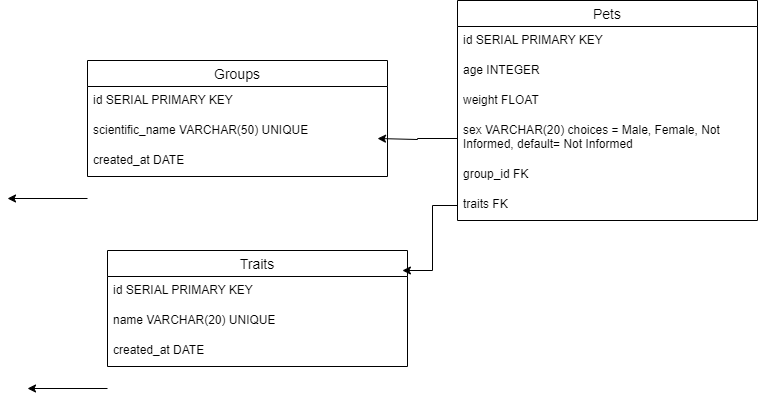
The draw.io diagram der.png in chss-china/m5-pet-kare-backend, before a commit. Source tidied: cells renumbered, new cells last; positions are measured from the earlier drawing's top-left corner, leaving out a move shared by most shapes.
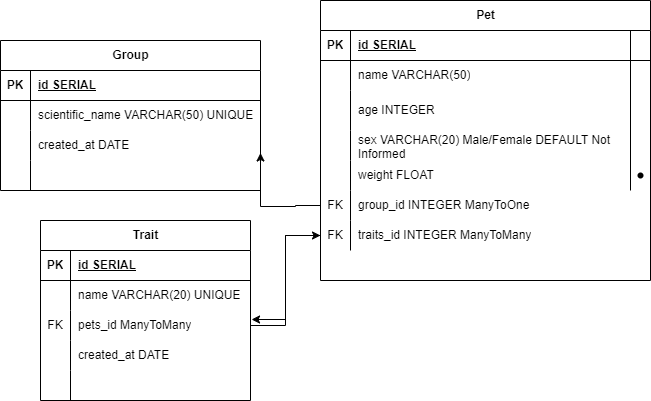
Later version of the same file.

Commit message:
arrumando o der

What changed in the source:
```diff
@@ -2,74 +2,176 @@
   <root>
     <mxCell id="0" />
     <mxCell id="1" parent="0" />
-    <mxCell id="2" value="Pets" style="swimlane;fontStyle=0;horizontal=1;startSize=26;align=center;fontSize=14;" parent="1" vertex="1">
-      <mxGeometry x="450" width="300" height="220" as="geometry" />
-    </mxCell>
-    <mxCell id="3" value="id SERIAL PRIMARY KEY" style="text;strokeColor=none;fillColor=none;spacingLeft=4;spacingRight=4;overflow=hidden;fontSize=12;whiteSpace=wrap;html=1;" parent="2" vertex="1">
-      <mxGeometry y="26" width="300" height="30" as="geometry" />
-    </mxCell>
+    <mxCell id="21" value="Pet" style="shape=table;startSize=30;rowLines=0;fontStyle=1;align=center;html=1;" parent="1" vertex="1">
+      <mxGeometry x="410" y="40" width="330" height="280" as="geometry" />
+    </mxCell>
+    <mxCell id="22" style="shape=tableRow;horizontal=0;startSize=0;swimlaneHead=0;swimlaneBody=0;fillColor=none;top=0;left=0;right=0;bottom=1;" parent="21" vertex="1">
+      <mxGeometry y="30" width="330" height="30" as="geometry" />
+    </mxCell>
+    <mxCell id="23" value="PK" style="shape=partialRectangle;fillColor=none;top=0;left=0;bottom=0;right=0;fontStyle=1;overflow=hidden;whiteSpace=wrap;html=1;" parent="22" vertex="1">
+      <mxGeometry width="30" height="30" as="geometry" />
+    </mxCell>
+    <mxCell id="24" value="id SERIAL" style="shape=partialRectangle;fillColor=none;top=0;left=0;bottom=0;right=0;align=left;spacingLeft=6;fontStyle=5;overflow=hidden;whiteSpace=wrap;html=1;" parent="22" vertex="1">
+      <mxGeometry x="30" width="300" height="30" as="geometry" />
+    </mxCell>
+    <mxCell id="25" style="shape=tableRow;horizontal=0;startSize=0;swimlaneHead=0;swimlaneBody=0;fillColor=none;top=0;left=0;right=0;bottom=0;" parent="21" vertex="1">
+      <mxGeometry y="60" width="330" height="30" as="geometry" />
+    </mxCell>
+    <mxCell id="26" style="shape=partialRectangle;fillColor=none;top=0;left=0;bottom=0;right=0;overflow=hidden;whiteSpace=wrap;html=1;" parent="25" vertex="1">
+      <mxGeometry width="30" height="30" as="geometry" />
+    </mxCell>
+    <mxCell id="27" value="name VARCHAR(50)" style="shape=partialRectangle;fillColor=none;top=0;left=0;bottom=0;right=0;align=left;spacingLeft=6;overflow=hidden;whiteSpace=wrap;html=1;" parent="25" vertex="1">
+      <mxGeometry x="30" width="300" height="30" as="geometry" />
+    </mxCell>
+    <mxCell id="28" style="shape=tableRow;horizontal=0;startSize=0;swimlaneHead=0;swimlaneBody=0;fillColor=none;top=0;left=0;right=0;bottom=0;" parent="21" vertex="1">
+      <mxGeometry y="90" width="330" height="40" as="geometry" />
+    </mxCell>
+    <mxCell id="29" style="shape=partialRectangle;fillColor=none;top=0;left=0;bottom=0;right=0;overflow=hidden;whiteSpace=wrap;html=1;" parent="28" vertex="1">
+      <mxGeometry width="30" height="40" as="geometry" />
+    </mxCell>
-    <mxCell id="4" value="age INTEGER" style="text;strokeColor=none;fillColor=none;spacingLeft=4;spacingRight=4;overflow=hidden;fontSize=12;whiteSpace=wrap;html=1;" parent="2" vertex="1">
-      <mxGeometry y="56" width="300" height="30" as="geometry" />
+    <mxCell id="4" value="age INTEGER" style="shape=partialRectangle;fillColor=none;top=0;left=0;bottom=0;right=0;align=left;spacingLeft=6;overflow=hidden;whiteSpace=wrap;html=1;" parent="28" vertex="1">
+      <mxGeometry x="30" width="300" height="40" as="geometry" />
     </mxCell>
+    <mxCell id="30" style="shape=tableRow;horizontal=0;startSize=0;swimlaneHead=0;swimlaneBody=0;fillColor=none;top=0;left=0;right=0;bottom=0;" parent="21" vertex="1">
+      <mxGeometry y="130" width="330" height="30" as="geometry" />
+    </mxCell>
+    <mxCell id="31" style="shape=partialRectangle;fillColor=none;top=0;left=0;bottom=0;right=0;overflow=hidden;whiteSpace=wrap;html=1;" parent="30" vertex="1">
+      <mxGeometry width="30" height="30" as="geometry" />
+    </mxCell>
+    <mxCell id="32" value="sex VARCHAR(20) Male/Female DEFAULT Not Informed" style="shape=partialRectangle;fillColor=none;top=0;left=0;bottom=0;right=0;align=left;spacingLeft=6;overflow=hidden;whiteSpace=wrap;html=1;" parent="30" vertex="1">
+      <mxGeometry x="30" width="300" height="30" as="geometry" />
+    </mxCell>
+    <mxCell id="33" style="shape=tableRow;horizontal=0;startSize=0;swimlaneHead=0;swimlaneBody=0;fillColor=none;top=0;left=0;right=0;bottom=0;" parent="21" vertex="1">
+      <mxGeometry y="160" width="330" height="30" as="geometry" />
+    </mxCell>
+    <mxCell id="34" style="shape=partialRectangle;fillColor=none;top=0;left=0;bottom=0;right=0;overflow=hidden;whiteSpace=wrap;html=1;" parent="33" vertex="1">
+      <mxGeometry width="30" height="30" as="geometry" />
+    </mxCell>
-    <mxCell id="5" value="weight FLOAT" style="text;strokeColor=none;fillColor=none;spacingLeft=4;spacingRight=4;overflow=hidden;fontSize=12;whiteSpace=wrap;html=1;" parent="2" vertex="1">
-      <mxGeometry y="86" width="300" height="30" as="geometry" />
+    <mxCell id="5" value="weight FLOAT" style="shape=partialRectangle;fillColor=none;top=0;left=0;bottom=0;right=0;align=left;spacingLeft=6;overflow=hidden;whiteSpace=wrap;html=1;" parent="33" vertex="1">
+      <mxGeometry x="30" width="280" height="30" as="geometry" />
     </mxCell>
-    <mxCell id="6" style="edgeStyle=orthogonalEdgeStyle;rounded=0;jettySize=auto;html=1;" parent="2" edge="1" source="7">
-      <mxGeometry relative="1" as="geometry">
-        <mxPoint x="-80" y="138" as="targetPoint" />
-        <Array as="points">
-          <mxPoint x="-40" y="138" />
-          <mxPoint x="-40" y="139" />
-        </Array>
-      </mxGeometry>
-    </mxCell>
-    <mxCell id="7" value="sex VARCHAR(20) choices = Male, Female, Not Informed, default= Not Informed" style="text;strokeColor=none;fillColor=none;spacingLeft=4;spacingRight=4;overflow=hidden;points=[[0,0.5],[1,0.5]];portConstraint=eastwest;fontSize=12;whiteSpace=wrap;html=1;" parent="2" vertex="1">
-      <mxGeometry y="116" width="300" height="44" as="geometry" />
-    </mxCell>
-    <mxCell id="8" value="group_id FK&amp;nbsp;" style="text;strokeColor=none;fillColor=none;spacingLeft=4;spacingRight=4;overflow=hidden;fontSize=12;whiteSpace=wrap;html=1;" parent="2" vertex="1">
-      <mxGeometry y="160" width="300" height="30" as="geometry" />
-    </mxCell>
-    <mxCell id="9" value="traits FK" style="text;strokeColor=none;fillColor=none;spacingLeft=4;spacingRight=4;overflow=hidden;points=[[0,0.5],[1,0.5]];portConstraint=eastwest;fontSize=12;whiteSpace=wrap;html=1;" parent="2" vertex="1">
-      <mxGeometry y="190" width="300" height="30" as="geometry" />
-    </mxCell>
-    <mxCell id="10" value="Groups" style="swimlane;fontStyle=0;horizontal=1;startSize=26;align=center;fontSize=14;" parent="1" vertex="1">
-      <mxGeometry x="80" y="60" width="300" height="116" as="geometry" />
-    </mxCell>
-    <mxCell id="11" value="id SERIAL PRIMARY KEY" style="text;strokeColor=none;fillColor=none;spacingLeft=4;spacingRight=4;overflow=hidden;fontSize=12;whiteSpace=wrap;html=1;" parent="10" vertex="1">
-      <mxGeometry y="26" width="300" height="30" as="geometry" />
-    </mxCell>
+    <mxCell id="35" style="shape=waypoint;sketch=0;size=6;fillColor=default;perimeter=centerPerimeter;startSize=30;fontStyle=1;" parent="33" vertex="1">
+      <mxGeometry x="310" width="20" height="30" as="geometry" />
+    </mxCell>
+    <mxCell id="36" style="shape=tableRow;horizontal=0;startSize=0;swimlaneHead=0;swimlaneBody=0;fillColor=none;points=[[0,0.5],[1,0.5]];portConstraint=eastwest;top=0;left=0;right=0;bottom=0;" parent="21" vertex="1">
+      <mxGeometry y="190" width="330" height="30" as="geometry" />
+    </mxCell>
+    <mxCell id="37" value="FK" style="shape=partialRectangle;fillColor=none;top=0;left=0;bottom=0;right=0;overflow=hidden;whiteSpace=wrap;html=1;" parent="36" vertex="1">
+      <mxGeometry width="30" height="30" as="geometry" />
+    </mxCell>
+    <mxCell id="38" value="group_id INTEGER ManyToOne&amp;nbsp;" style="shape=partialRectangle;fillColor=none;top=0;left=0;bottom=0;right=0;align=left;spacingLeft=6;overflow=hidden;whiteSpace=wrap;html=1;" parent="36" vertex="1">
+      <mxGeometry x="30" width="300" height="30" as="geometry" />
+    </mxCell>
+    <mxCell id="39" style="shape=tableRow;horizontal=0;startSize=0;swimlaneHead=0;swimlaneBody=0;fillColor=none;points=[[0,0.5],[1,0.5]];portConstraint=eastwest;top=0;left=0;right=0;bottom=0;" parent="21" vertex="1">
+      <mxGeometry y="220" width="330" height="30" as="geometry" />
+    </mxCell>
+    <mxCell id="40" value="FK" style="shape=partialRectangle;fillColor=none;top=0;left=0;bottom=0;right=0;overflow=hidden;whiteSpace=wrap;html=1;" parent="39" vertex="1">
+      <mxGeometry width="30" height="30" as="geometry" />
+    </mxCell>
+    <mxCell id="41" value="traits_id INTEGER ManyToMany" style="shape=partialRectangle;fillColor=none;top=0;left=0;bottom=0;right=0;align=left;spacingLeft=6;overflow=hidden;whiteSpace=wrap;html=1;" parent="39" vertex="1">
+      <mxGeometry x="30" width="300" height="30" as="geometry" />
+    </mxCell>
+    <mxCell id="42" value="Group" style="shape=table;startSize=30;rowLines=0;fontStyle=1;align=center;html=1;" parent="1" vertex="1">
+      <mxGeometry x="90" y="80" width="260" height="150" as="geometry" />
+    </mxCell>
+    <mxCell id="43" style="shape=tableRow;horizontal=0;startSize=0;swimlaneHead=0;swimlaneBody=0;fillColor=none;top=0;left=0;right=0;bottom=1;" parent="42" vertex="1">
+      <mxGeometry y="30" width="260" height="30" as="geometry" />
+    </mxCell>
+    <mxCell id="44" value="PK" style="shape=partialRectangle;fillColor=none;top=0;left=0;bottom=0;right=0;fontStyle=1;overflow=hidden;whiteSpace=wrap;html=1;" parent="43" vertex="1">
+      <mxGeometry width="30" height="30" as="geometry" />
+    </mxCell>
+    <mxCell id="45" value="id SERIAL" style="shape=partialRectangle;fillColor=none;top=0;left=0;bottom=0;right=0;align=left;spacingLeft=6;fontStyle=5;overflow=hidden;whiteSpace=wrap;html=1;" parent="43" vertex="1">
+      <mxGeometry x="30" width="230" height="30" as="geometry" />
+    </mxCell>
+    <mxCell id="46" style="shape=tableRow;horizontal=0;startSize=0;swimlaneHead=0;swimlaneBody=0;fillColor=none;top=0;left=0;right=0;bottom=0;" parent="42" vertex="1">
+      <mxGeometry y="60" width="260" height="30" as="geometry" />
+    </mxCell>
+    <mxCell id="47" style="shape=partialRectangle;fillColor=none;top=0;left=0;bottom=0;right=0;overflow=hidden;whiteSpace=wrap;html=1;" parent="46" vertex="1">
+      <mxGeometry width="30" height="30" as="geometry" />
+    </mxCell>
-    <mxCell id="12" value="scientific_name VARCHAR(50) UNIQUE" style="text;strokeColor=none;fillColor=none;spacingLeft=4;spacingRight=4;overflow=hidden;fontSize=12;whiteSpace=wrap;html=1;" parent="10" vertex="1">
-      <mxGeometry y="56" width="300" height="30" as="geometry" />
+    <mxCell id="12" value="scientific_name VARCHAR(50) UNIQUE" style="shape=partialRectangle;fillColor=none;top=0;left=0;bottom=0;right=0;align=left;spacingLeft=6;overflow=hidden;whiteSpace=wrap;html=1;" parent="46" vertex="1">
+      <mxGeometry x="30" width="230" height="30" as="geometry" />
     </mxCell>
-    <mxCell id="13" value="created_at DATE" style="text;strokeColor=none;fillColor=none;spacingLeft=4;spacingRight=4;overflow=hidden;fontSize=12;whiteSpace=wrap;html=1;" parent="10" vertex="1">
-      <mxGeometry y="86" width="300" height="30" as="geometry" />
-    </mxCell>
-    <mxCell id="14" style="edgeStyle=orthogonalEdgeStyle;rounded=0;orthogonalLoop=1;jettySize=auto;html=1;" parent="10" edge="1">
-      <mxGeometry relative="1" as="geometry">
-        <mxPoint y="138" as="sourcePoint" />
-        <mxPoint x="-80" y="138" as="targetPoint" />
-      </mxGeometry>
-    </mxCell>
-    <mxCell id="15" value="Traits" style="swimlane;fontStyle=0;horizontal=1;startSize=26;align=center;fontSize=14;" parent="1" vertex="1">
-      <mxGeometry x="100" y="250" width="300" height="116" as="geometry" />
-    </mxCell>
-    <mxCell id="16" value="id SERIAL PRIMARY KEY" style="text;strokeColor=none;fillColor=none;spacingLeft=4;spacingRight=4;overflow=hidden;points=[[0,0.5],[1,0.5]];portConstraint=eastwest;fontSize=12;whiteSpace=wrap;html=1;" parent="15" vertex="1">
-      <mxGeometry y="26" width="300" height="30" as="geometry" />
-    </mxCell>
+    <mxCell id="48" style="shape=tableRow;horizontal=0;startSize=0;swimlaneHead=0;swimlaneBody=0;fillColor=none;top=0;left=0;right=0;bottom=0;" parent="42" vertex="1">
+      <mxGeometry y="90" width="260" height="30" as="geometry" />
+    </mxCell>
+    <mxCell id="49" style="shape=partialRectangle;fillColor=none;top=0;left=0;bottom=0;right=0;overflow=hidden;whiteSpace=wrap;html=1;" parent="48" vertex="1">
+      <mxGeometry width="30" height="30" as="geometry" />
+    </mxCell>
+    <mxCell id="50" value="created_at DATE" style="shape=partialRectangle;fillColor=none;top=0;left=0;bottom=0;right=0;align=left;spacingLeft=6;overflow=hidden;whiteSpace=wrap;html=1;" parent="48" vertex="1">
+      <mxGeometry x="30" width="230" height="30" as="geometry" />
+    </mxCell>
+    <mxCell id="51" style="shape=tableRow;horizontal=0;startSize=0;swimlaneHead=0;swimlaneBody=0;fillColor=none;top=0;left=0;right=0;bottom=0;" parent="42" vertex="1">
+      <mxGeometry y="120" width="260" height="30" as="geometry" />
+    </mxCell>
+    <mxCell id="52" style="shape=partialRectangle;fillColor=none;top=0;left=0;bottom=0;right=0;overflow=hidden;whiteSpace=wrap;html=1;" parent="51" vertex="1">
+      <mxGeometry width="30" height="30" as="geometry" />
+    </mxCell>
+    <mxCell id="53" style="shape=partialRectangle;fillColor=none;top=0;left=0;bottom=0;right=0;align=left;spacingLeft=6;overflow=hidden;whiteSpace=wrap;html=1;" parent="51" vertex="1">
+      <mxGeometry x="30" width="230" height="30" as="geometry" />
+    </mxCell>
+    <mxCell id="54" style="edgeStyle=orthogonalEdgeStyle;rounded=0;jettySize=auto;html=1;exitX=0;exitY=0.5;exitDx=0;exitDy=0;entryX=1;entryY=0.75;entryDx=0;entryDy=0;" parent="1" edge="1" source="36" target="42">
+      <mxGeometry relative="1" as="geometry">
+        <Array as="points">
+          <mxPoint x="385" y="245" />
+          <mxPoint x="385" y="246" />
+          <mxPoint x="350" y="246" />
+        </Array>
+      </mxGeometry>
+    </mxCell>
+    <mxCell id="55" value="Trait" style="shape=table;startSize=30;rowLines=0;fontStyle=1;align=center;html=1;" parent="1" vertex="1">
+      <mxGeometry x="130" y="260" width="210" height="180" as="geometry" />
+    </mxCell>
+    <mxCell id="56" style="shape=tableRow;horizontal=0;startSize=0;swimlaneHead=0;swimlaneBody=0;fillColor=none;top=0;left=0;right=0;bottom=1;" parent="55" vertex="1">
+      <mxGeometry y="30" width="210" height="30" as="geometry" />
+    </mxCell>
+    <mxCell id="57" value="PK" style="shape=partialRectangle;fillColor=none;top=0;left=0;bottom=0;right=0;fontStyle=1;overflow=hidden;whiteSpace=wrap;html=1;" parent="56" vertex="1">
+      <mxGeometry width="30" height="30" as="geometry" />
+    </mxCell>
+    <mxCell id="58" value="id SERIAL" style="shape=partialRectangle;fillColor=none;top=0;left=0;bottom=0;right=0;align=left;spacingLeft=6;fontStyle=5;overflow=hidden;whiteSpace=wrap;html=1;" parent="56" vertex="1">
+      <mxGeometry x="30" width="180" height="30" as="geometry" />
+    </mxCell>
+    <mxCell id="59" style="shape=tableRow;horizontal=0;startSize=0;swimlaneHead=0;swimlaneBody=0;fillColor=none;top=0;left=0;right=0;bottom=0;" parent="55" vertex="1">
+      <mxGeometry y="60" width="210" height="30" as="geometry" />
+    </mxCell>
+    <mxCell id="60" style="shape=partialRectangle;fillColor=none;top=0;left=0;bottom=0;right=0;overflow=hidden;whiteSpace=wrap;html=1;" parent="59" vertex="1">
+      <mxGeometry width="30" height="30" as="geometry" />
+    </mxCell>
-    <mxCell id="17" value="name VARCHAR(20) UNIQUE" style="text;strokeColor=none;fillColor=none;spacingLeft=4;spacingRight=4;overflow=hidden;fontSize=12;whiteSpace=wrap;html=1;" parent="15" vertex="1">
-      <mxGeometry y="56" width="300" height="30" as="geometry" />
+    <mxCell id="17" value="name VARCHAR(20) UNIQUE" style="shape=partialRectangle;fillColor=none;top=0;left=0;bottom=0;right=0;align=left;spacingLeft=6;overflow=hidden;whiteSpace=wrap;html=1;" parent="59" vertex="1">
+      <mxGeometry x="30" width="180" height="30" as="geometry" />
     </mxCell>
-    <mxCell id="18" value="created_at DATE" style="text;strokeColor=none;fillColor=none;spacingLeft=4;spacingRight=4;overflow=hidden;fontSize=12;whiteSpace=wrap;html=1;" parent="15" vertex="1">
-      <mxGeometry y="86" width="300" height="30" as="geometry" />
-    </mxCell>
-    <mxCell id="19" style="edgeStyle=orthogonalEdgeStyle;rounded=0;orthogonalLoop=1;jettySize=auto;html=1;" parent="15" edge="1">
-      <mxGeometry relative="1" as="geometry">
-        <mxPoint y="138" as="sourcePoint" />
-        <mxPoint x="-80" y="138" as="targetPoint" />
-      </mxGeometry>
-    </mxCell>
-    <mxCell id="20" style="edgeStyle=orthogonalEdgeStyle;rounded=0;jettySize=auto;html=1;entryX=0.983;entryY=-0.2;entryDx=0;entryDy=0;entryPerimeter=0;" parent="1" edge="1" source="9" target="16">
-      <mxGeometry relative="1" as="geometry" />
-    </mxCell>
+    <mxCell id="61" style="shape=tableRow;horizontal=0;startSize=0;swimlaneHead=0;swimlaneBody=0;fillColor=none;points=[[0,0.5],[1,0.5]];portConstraint=eastwest;top=0;left=0;right=0;bottom=0;" parent="55" vertex="1">
+      <mxGeometry y="90" width="210" height="30" as="geometry" />
+    </mxCell>
+    <mxCell id="62" value="FK" style="shape=partialRectangle;fillColor=none;top=0;left=0;bottom=0;right=0;overflow=hidden;whiteSpace=wrap;html=1;" parent="61" vertex="1">
+      <mxGeometry width="30" height="30" as="geometry" />
+    </mxCell>
+    <mxCell id="63" value="pets_id ManyToMany" style="shape=partialRectangle;fillColor=none;top=0;left=0;bottom=0;right=0;align=left;spacingLeft=6;overflow=hidden;whiteSpace=wrap;html=1;" parent="61" vertex="1">
+      <mxGeometry x="30" width="180" height="30" as="geometry" />
+    </mxCell>
+    <mxCell id="64" style="shape=tableRow;horizontal=0;startSize=0;swimlaneHead=0;swimlaneBody=0;fillColor=none;top=0;left=0;right=0;bottom=0;" parent="55" vertex="1">
+      <mxGeometry y="120" width="210" height="30" as="geometry" />
+    </mxCell>
+    <mxCell id="65" style="shape=partialRectangle;fillColor=none;top=0;left=0;bottom=0;right=0;overflow=hidden;whiteSpace=wrap;html=1;" parent="64" vertex="1">
+      <mxGeometry width="30" height="30" as="geometry" />
+    </mxCell>
+    <mxCell id="66" value="created_at DATE" style="shape=partialRectangle;fillColor=none;top=0;left=0;bottom=0;right=0;align=left;spacingLeft=6;overflow=hidden;whiteSpace=wrap;html=1;" parent="64" vertex="1">
+      <mxGeometry x="30" width="180" height="30" as="geometry" />
+    </mxCell>
+    <mxCell id="67" style="shape=tableRow;horizontal=0;startSize=0;swimlaneHead=0;swimlaneBody=0;fillColor=none;top=0;left=0;right=0;bottom=0;" parent="55" vertex="1">
+      <mxGeometry y="150" width="210" height="30" as="geometry" />
+    </mxCell>
+    <mxCell id="68" style="shape=partialRectangle;fillColor=none;top=0;left=0;bottom=0;right=0;overflow=hidden;whiteSpace=wrap;html=1;" parent="67" vertex="1">
+      <mxGeometry width="30" height="30" as="geometry" />
+    </mxCell>
+    <mxCell id="69" style="shape=partialRectangle;fillColor=none;top=0;left=0;bottom=0;right=0;align=left;spacingLeft=6;overflow=hidden;whiteSpace=wrap;html=1;" parent="67" vertex="1">
+      <mxGeometry x="30" width="180" height="30" as="geometry" />
+    </mxCell>
+    <mxCell id="70" style="edgeStyle=orthogonalEdgeStyle;rounded=0;jettySize=auto;html=1;entryX=1.005;entryY=0.3;entryDx=0;entryDy=0;entryPerimeter=0;" parent="1" edge="1" source="39" target="61">
+      <mxGeometry relative="1" as="geometry" />
+    </mxCell>
+    <mxCell id="71" style="edgeStyle=orthogonalEdgeStyle;rounded=0;jettySize=auto;html=1;entryX=0;entryY=0.5;entryDx=0;entryDy=0;" parent="1" edge="1" source="61" target="39">
+      <mxGeometry relative="1" as="geometry" />
+    </mxCell>
   </root>
 </mxGraphModel>
```
